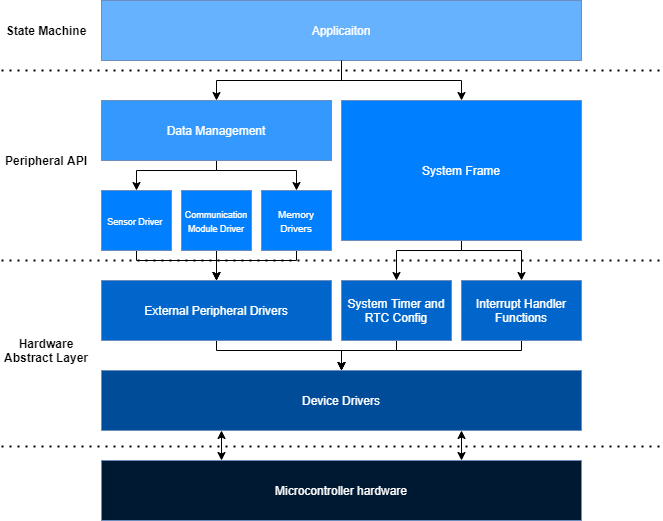
Before: 3. Research/3. Write up/Thesis Version 1/figs/soft_arch.png, a diagram exported from draw.io (ComittmentIssues/BouyDev-v2). Source tidied: cells renumbered, new cells last; positions are measured from the earlier drawing's top-left corner, leaving out a move shared by most shapes.
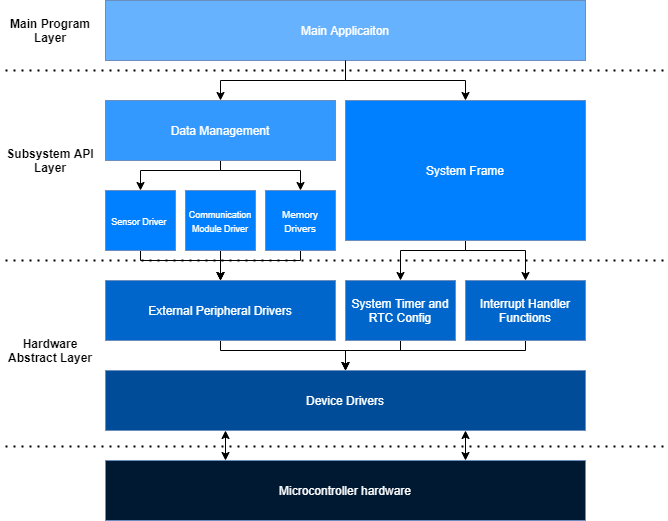
The same file after the commit.

What changed in the source:
```diff
@@ -105,7 +105,7 @@
     <mxCell id="22" value="System Frame" style="rounded=0;whiteSpace=wrap;html=1;strokeColor=#6c8ebf;fontColor=#FFFFFF;fillColor=#007FFF;" parent="1" vertex="1">
       <mxGeometry x="340" y="100" width="240" height="140" as="geometry" />
     </mxCell>
-    <mxCell id="23" value="Applicaiton" style="rounded=0;whiteSpace=wrap;html=1;strokeColor=#6c8ebf;fillColor=#66B2FF;fontColor=#FFFFFF;" parent="1" vertex="1">
+    <mxCell id="23" value="Main Applicaiton" style="rounded=0;whiteSpace=wrap;html=1;strokeColor=#6c8ebf;fillColor=#66B2FF;fontColor=#FFFFFF;" parent="1" vertex="1">
       <mxGeometry x="100" width="480" height="60" as="geometry" />
     </mxCell>
     <mxCell id="24" style="endArrow=none;dashed=1;html=1;dashPattern=1 3;strokeWidth=2;fontColor=#FFFFFF;" parent="1" edge="1">
@@ -123,10 +123,10 @@
         <mxPoint x="660" y="260" as="targetPoint" />
       </mxGeometry>
     </mxCell>
-    <mxCell id="27" value="&lt;font color=&quot;#000000&quot;&gt;&lt;b&gt;Peripheral API&lt;/b&gt;&lt;/font&gt;" style="text;html=1;strokeColor=none;fillColor=none;align=center;verticalAlign=middle;whiteSpace=wrap;rounded=0;fontColor=#FFFFFF;" parent="1" vertex="1">
-      <mxGeometry y="150" width="90" height="20" as="geometry" />
+    <mxCell id="27" value="&lt;font color=&quot;#000000&quot;&gt;&lt;b&gt;Subsystem API Layer&lt;/b&gt;&lt;/font&gt;" style="text;html=1;strokeColor=none;fillColor=none;align=center;verticalAlign=middle;whiteSpace=wrap;rounded=0;fontColor=#FFFFFF;" parent="1" vertex="1">
+      <mxGeometry x="-5" y="150" width="100" height="20" as="geometry" />
     </mxCell>
-    <mxCell id="28" value="&lt;font color=&quot;#000000&quot;&gt;&lt;b&gt;State Machine&lt;/b&gt;&lt;/font&gt;" style="text;html=1;strokeColor=none;fillColor=none;align=center;verticalAlign=middle;whiteSpace=wrap;rounded=0;fontColor=#FFFFFF;" parent="1" vertex="1">
+    <mxCell id="28" value="&lt;font color=&quot;#000000&quot;&gt;&lt;b&gt;Main Program Layer&lt;/b&gt;&lt;/font&gt;" style="text;html=1;strokeColor=none;fillColor=none;align=center;verticalAlign=middle;whiteSpace=wrap;rounded=0;fontColor=#FFFFFF;" parent="1" vertex="1">
       <mxGeometry y="20" width="90" height="20" as="geometry" />
     </mxCell>
     <mxCell id="29" style="edgeStyle=orthogonalEdgeStyle;rounded=0;jettySize=auto;html=1;entryX=0.5;entryY=1;entryDx=0;entryDy=0;startArrow=classic;startFill=1;endArrow=none;endFill=0;fontColor=#FFFFFF;" parent="1" edge="1" source="31" target="23">
```
